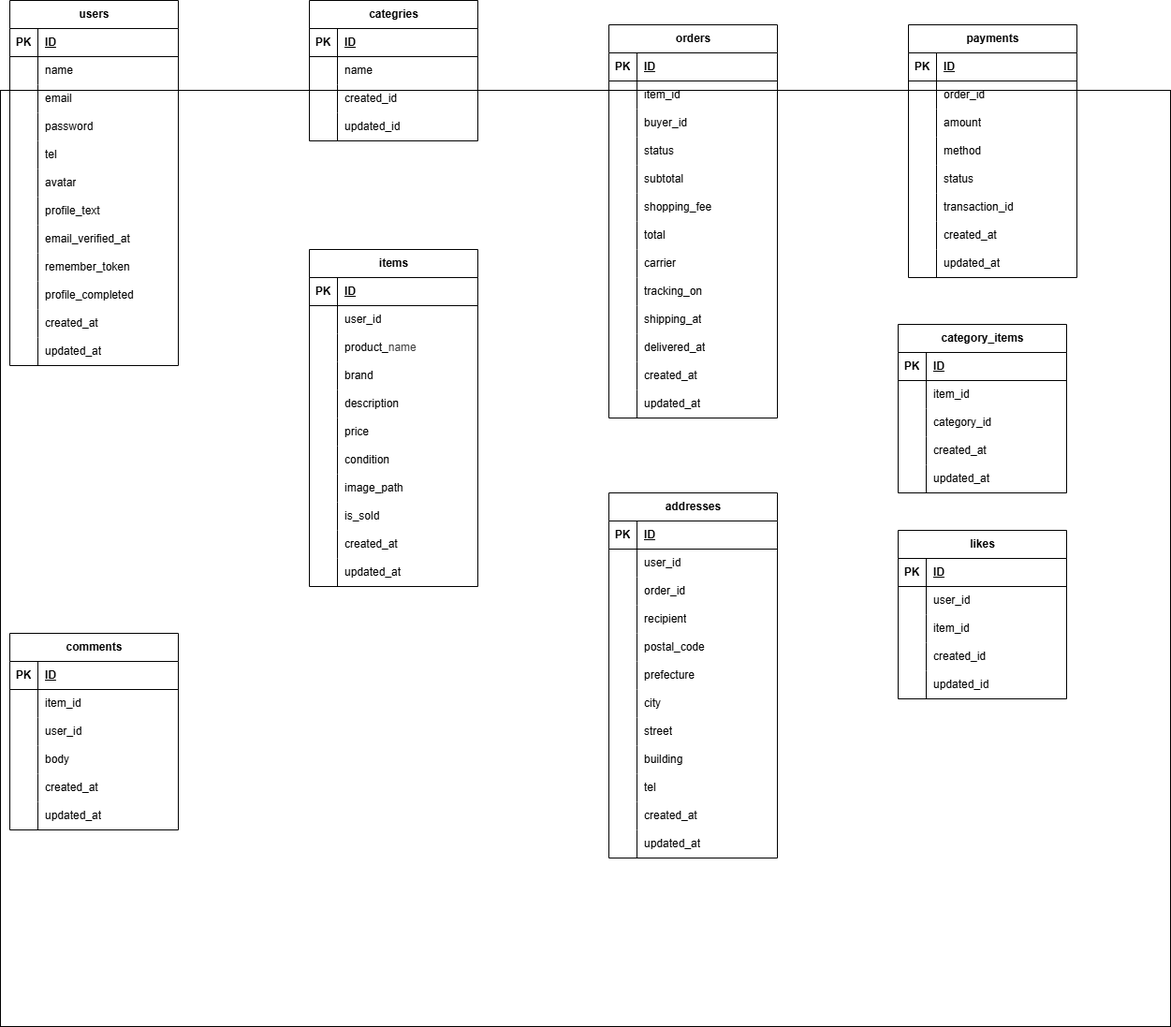
This is erd.drawio.png from kumumuma05/free-market, a draw.io export, as it was before one commit. Source tidied: cells renumbered, new cells last; positions are measured from the earlier drawing's top-left corner, leaving out a move shared by most shapes.
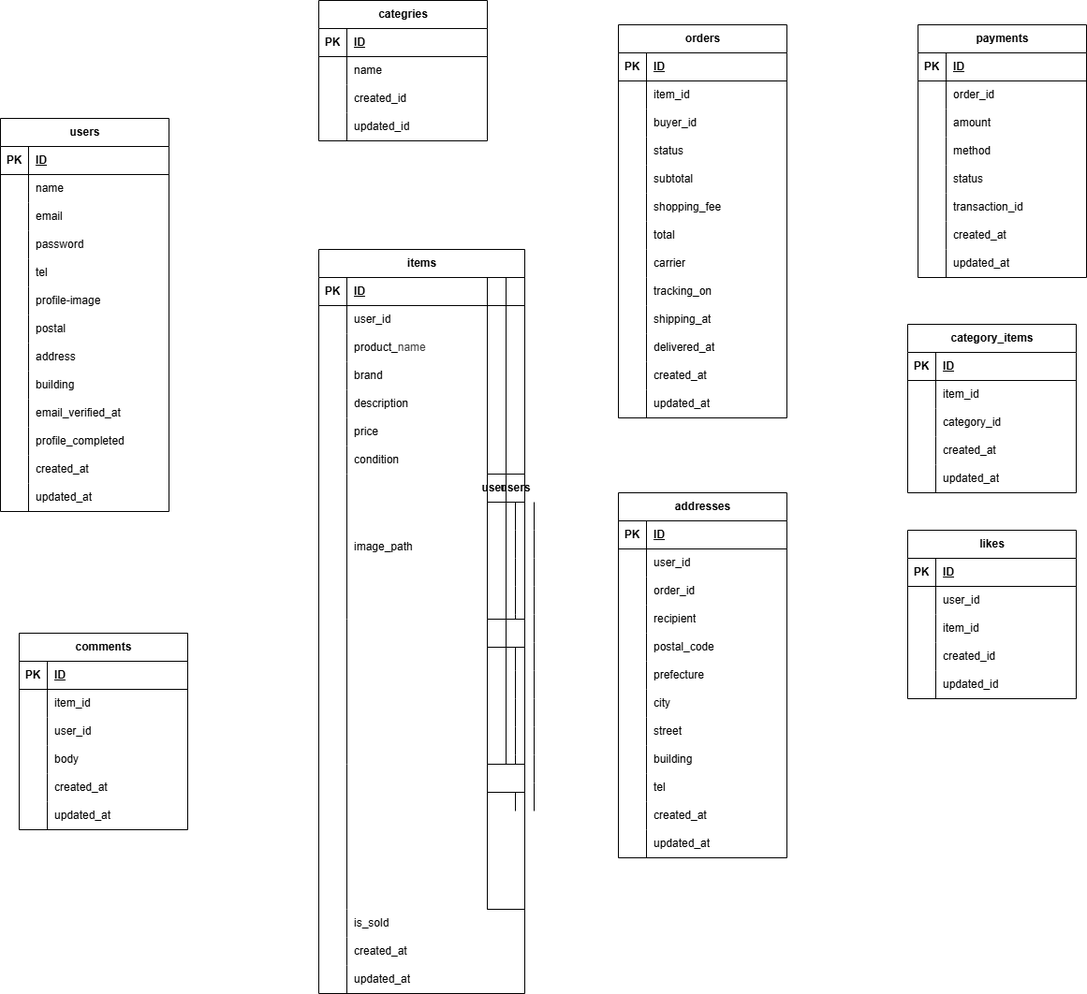
The same file after the commit.

Change to the diagram source:
```diff
@@ -4,7 +4,4 @@
     <mxCell id="1" parent="0" />
-    <mxCell id="2" style="rounded=0;whiteSpace=wrap;html=1;" parent="1" vertex="1">
-      <mxGeometry y="96" width="1250" height="1000" as="geometry" />
-    </mxCell>
     <mxCell id="3" value="users" style="shape=table;startSize=30;rowLines=0;fontStyle=1;align=center;html=1;" parent="1" vertex="1">
-      <mxGeometry x="10" width="180" height="390" as="geometry" />
+      <mxGeometry x="-10" y="126" width="180" height="420" as="geometry" />
     </mxCell>
@@ -61,16 +58,7 @@
     </mxCell>
-    <mxCell id="21" value="avatar" style="shape=partialRectangle;fillColor=none;top=0;left=0;bottom=0;right=0;align=left;spacingLeft=6;overflow=hidden;whiteSpace=wrap;html=1;" parent="19" vertex="1">
+    <mxCell id="21" value="profile-image" style="shape=partialRectangle;fillColor=none;top=0;left=0;bottom=0;right=0;align=left;spacingLeft=6;overflow=hidden;whiteSpace=wrap;html=1;" parent="19" vertex="1">
       <mxGeometry x="30" width="150" height="30" as="geometry" />
     </mxCell>
-    <mxCell id="22" style="shape=tableRow;horizontal=0;startSize=0;swimlaneHead=0;swimlaneBody=0;fillColor=none;top=0;left=0;right=0;bottom=0;" parent="3" vertex="1">
-      <mxGeometry y="210" width="180" height="30" as="geometry" />
-    </mxCell>
-    <mxCell id="23" style="shape=partialRectangle;fillColor=none;top=0;left=0;bottom=0;right=0;overflow=hidden;whiteSpace=wrap;html=1;" parent="22" vertex="1">
-      <mxGeometry width="30" height="30" as="geometry" />
-    </mxCell>
-    <mxCell id="24" value="profile_text" style="shape=partialRectangle;fillColor=none;top=0;left=0;bottom=0;right=0;align=left;spacingLeft=6;overflow=hidden;whiteSpace=wrap;html=1;" parent="22" vertex="1">
-      <mxGeometry x="30" width="150" height="30" as="geometry" />
-    </mxCell>
     <mxCell id="25" style="shape=tableRow;horizontal=0;startSize=0;swimlaneHead=0;swimlaneBody=0;fillColor=none;top=0;left=0;right=0;bottom=0;" parent="3" vertex="1">
-      <mxGeometry y="240" width="180" height="30" as="geometry" />
+      <mxGeometry y="210" width="180" height="30" as="geometry" />
     </mxCell>
@@ -79,3 +67,3 @@
     </mxCell>
-    <mxCell id="27" value="email_verified_at" style="shape=partialRectangle;fillColor=none;top=0;left=0;bottom=0;right=0;align=left;spacingLeft=6;overflow=hidden;whiteSpace=wrap;html=1;" parent="25" vertex="1">
+    <mxCell id="27" value="postal" style="shape=partialRectangle;fillColor=none;top=0;left=0;bottom=0;right=0;align=left;spacingLeft=6;overflow=hidden;whiteSpace=wrap;html=1;" parent="25" vertex="1">
       <mxGeometry x="30" width="150" height="30" as="geometry" />
@@ -83,3 +71,3 @@
     <mxCell id="28" style="shape=tableRow;horizontal=0;startSize=0;swimlaneHead=0;swimlaneBody=0;fillColor=none;top=0;left=0;right=0;bottom=0;" parent="3" vertex="1">
-      <mxGeometry y="270" width="180" height="30" as="geometry" />
+      <mxGeometry y="240" width="180" height="30" as="geometry" />
     </mxCell>
@@ -88,3 +76,3 @@
     </mxCell>
-    <mxCell id="30" value="remember_token" style="shape=partialRectangle;fillColor=none;top=0;left=0;bottom=0;right=0;align=left;spacingLeft=6;overflow=hidden;whiteSpace=wrap;html=1;" parent="28" vertex="1">
+    <mxCell id="30" value="address" style="shape=partialRectangle;fillColor=none;top=0;left=0;bottom=0;right=0;align=left;spacingLeft=6;overflow=hidden;whiteSpace=wrap;html=1;" parent="28" vertex="1">
       <mxGeometry x="30" width="150" height="30" as="geometry" />
@@ -92,3 +80,3 @@
     <mxCell id="31" style="shape=tableRow;horizontal=0;startSize=0;swimlaneHead=0;swimlaneBody=0;fillColor=none;top=0;left=0;right=0;bottom=0;" parent="3" vertex="1">
-      <mxGeometry y="300" width="180" height="30" as="geometry" />
+      <mxGeometry y="270" width="180" height="30" as="geometry" />
     </mxCell>
@@ -97,3 +85,3 @@
     </mxCell>
-    <mxCell id="33" value="profile_completed" style="shape=partialRectangle;fillColor=none;top=0;left=0;bottom=0;right=0;align=left;spacingLeft=6;overflow=hidden;whiteSpace=wrap;html=1;" parent="31" vertex="1">
+    <mxCell id="33" value="building" style="shape=partialRectangle;fillColor=none;top=0;left=0;bottom=0;right=0;align=left;spacingLeft=6;overflow=hidden;whiteSpace=wrap;html=1;" parent="31" vertex="1">
       <mxGeometry x="30" width="150" height="30" as="geometry" />
@@ -101,3 +89,3 @@
     <mxCell id="34" style="shape=tableRow;horizontal=0;startSize=0;swimlaneHead=0;swimlaneBody=0;fillColor=none;top=0;left=0;right=0;bottom=0;" parent="3" vertex="1">
-      <mxGeometry y="330" width="180" height="30" as="geometry" />
+      <mxGeometry y="300" width="180" height="30" as="geometry" />
     </mxCell>
@@ -106,3 +94,3 @@
     </mxCell>
-    <mxCell id="36" value="&lt;span style=&quot;color: rgb(0, 0, 0);&quot;&gt;created_at&lt;/span&gt;" style="shape=partialRectangle;fillColor=none;top=0;left=0;bottom=0;right=0;align=left;spacingLeft=6;overflow=hidden;whiteSpace=wrap;html=1;" parent="34" vertex="1">
+    <mxCell id="36" value="email_verified_at" style="shape=partialRectangle;fillColor=none;top=0;left=0;bottom=0;right=0;align=left;spacingLeft=6;overflow=hidden;whiteSpace=wrap;html=1;" parent="34" vertex="1">
       <mxGeometry x="30" width="150" height="30" as="geometry" />
@@ -110,3 +98,3 @@
     <mxCell id="37" style="shape=tableRow;horizontal=0;startSize=0;swimlaneHead=0;swimlaneBody=0;fillColor=none;top=0;left=0;right=0;bottom=0;" parent="3" vertex="1">
-      <mxGeometry y="360" width="180" height="30" as="geometry" />
+      <mxGeometry y="330" width="180" height="30" as="geometry" />
     </mxCell>
@@ -115,5 +103,23 @@
     </mxCell>
-    <mxCell id="39" value="updated_at" style="shape=partialRectangle;fillColor=none;top=0;left=0;bottom=0;right=0;align=left;spacingLeft=6;overflow=hidden;whiteSpace=wrap;html=1;" parent="37" vertex="1">
+    <mxCell id="39" value="profile_completed" style="shape=partialRectangle;fillColor=none;top=0;left=0;bottom=0;right=0;align=left;spacingLeft=6;overflow=hidden;whiteSpace=wrap;html=1;" parent="37" vertex="1">
       <mxGeometry x="30" width="150" height="30" as="geometry" />
     </mxCell>
+    <mxCell id="240" style="shape=tableRow;horizontal=0;startSize=0;swimlaneHead=0;swimlaneBody=0;fillColor=none;top=0;left=0;right=0;bottom=0;" parent="3" vertex="1">
+      <mxGeometry y="360" width="180" height="30" as="geometry" />
+    </mxCell>
+    <mxCell id="241" style="shape=partialRectangle;fillColor=none;top=0;left=0;bottom=0;right=0;overflow=hidden;whiteSpace=wrap;html=1;" parent="240" vertex="1">
+      <mxGeometry width="30" height="30" as="geometry" />
+    </mxCell>
+    <mxCell id="242" value="&lt;span style=&quot;color: rgb(0, 0, 0);&quot;&gt;created_at&lt;/span&gt;" style="shape=partialRectangle;fillColor=none;top=0;left=0;bottom=0;right=0;align=left;spacingLeft=6;overflow=hidden;whiteSpace=wrap;html=1;" parent="240" vertex="1">
+      <mxGeometry x="30" width="150" height="30" as="geometry" />
+    </mxCell>
+    <mxCell id="243" style="shape=tableRow;horizontal=0;startSize=0;swimlaneHead=0;swimlaneBody=0;fillColor=none;top=0;left=0;right=0;bottom=0;" parent="3" vertex="1">
+      <mxGeometry y="390" width="180" height="30" as="geometry" />
+    </mxCell>
+    <mxCell id="244" style="shape=partialRectangle;fillColor=none;top=0;left=0;bottom=0;right=0;overflow=hidden;whiteSpace=wrap;html=1;" parent="243" vertex="1">
+      <mxGeometry width="30" height="30" as="geometry" />
+    </mxCell>
+    <mxCell id="245" value="updated_at" style="shape=partialRectangle;fillColor=none;top=0;left=0;bottom=0;right=0;align=left;spacingLeft=6;overflow=hidden;whiteSpace=wrap;html=1;" parent="243" vertex="1">
+      <mxGeometry x="30" width="150" height="30" as="geometry" />
+    </mxCell>
     <mxCell id="40" value="categries" style="shape=table;startSize=30;rowLines=0;fontStyle=1;align=center;html=1;" parent="1" vertex="1">
@@ -158,6 +164,6 @@
     <mxCell id="53" value="items" style="shape=table;startSize=30;rowLines=0;fontStyle=1;align=center;html=1;" parent="1" vertex="1">
-      <mxGeometry x="330" y="266" width="180" height="360" as="geometry" />
+      <mxGeometry x="330" y="266" width="220" height="795" as="geometry" />
     </mxCell>
     <mxCell id="54" style="shape=tableRow;horizontal=0;startSize=0;swimlaneHead=0;swimlaneBody=0;fillColor=none;top=0;left=0;right=0;bottom=1;" parent="53" vertex="1">
-      <mxGeometry y="30" width="180" height="30" as="geometry" />
+      <mxGeometry y="30" width="220" height="30" as="geometry" />
     </mxCell>
@@ -167,6 +173,6 @@
     <mxCell id="56" value="ID" style="shape=partialRectangle;fillColor=none;top=0;left=0;bottom=0;right=0;align=left;spacingLeft=6;fontStyle=5;overflow=hidden;whiteSpace=wrap;html=1;" parent="54" vertex="1">
-      <mxGeometry x="30" width="150" height="30" as="geometry" />
+      <mxGeometry x="30" width="190" height="30" as="geometry" />
     </mxCell>
     <mxCell id="57" style="shape=tableRow;horizontal=0;startSize=0;swimlaneHead=0;swimlaneBody=0;fillColor=none;top=0;left=0;right=0;bottom=0;" parent="53" vertex="1">
-      <mxGeometry y="60" width="180" height="30" as="geometry" />
+      <mxGeometry y="60" width="220" height="30" as="geometry" />
     </mxCell>
@@ -176,6 +182,6 @@
     <mxCell id="59" value="user_id" style="shape=partialRectangle;fillColor=none;top=0;left=0;bottom=0;right=0;align=left;spacingLeft=6;overflow=hidden;whiteSpace=wrap;html=1;" parent="57" vertex="1">
-      <mxGeometry x="30" width="150" height="30" as="geometry" />
+      <mxGeometry x="30" width="190" height="30" as="geometry" />
     </mxCell>
     <mxCell id="60" style="shape=tableRow;horizontal=0;startSize=0;swimlaneHead=0;swimlaneBody=0;fillColor=none;top=0;left=0;right=0;bottom=0;" parent="53" vertex="1">
-      <mxGeometry y="90" width="180" height="30" as="geometry" />
+      <mxGeometry y="90" width="220" height="30" as="geometry" />
     </mxCell>
@@ -185,6 +191,6 @@
     <mxCell id="62" value="product_&lt;span style=&quot;color: rgb(63, 63, 63); background-color: transparent;&quot;&gt;name&lt;/span&gt;" style="shape=partialRectangle;fillColor=none;top=0;left=0;bottom=0;right=0;align=left;spacingLeft=6;overflow=hidden;whiteSpace=wrap;html=1;" parent="60" vertex="1">
-      <mxGeometry x="30" width="150" height="30" as="geometry" />
+      <mxGeometry x="30" width="190" height="30" as="geometry" />
     </mxCell>
     <mxCell id="63" style="shape=tableRow;horizontal=0;startSize=0;swimlaneHead=0;swimlaneBody=0;fillColor=none;top=0;left=0;right=0;bottom=0;" parent="53" vertex="1">
-      <mxGeometry y="120" width="180" height="30" as="geometry" />
+      <mxGeometry y="120" width="220" height="30" as="geometry" />
     </mxCell>
@@ -194,6 +200,6 @@
     <mxCell id="65" value="brand" style="shape=partialRectangle;fillColor=none;top=0;left=0;bottom=0;right=0;align=left;spacingLeft=6;overflow=hidden;whiteSpace=wrap;html=1;" parent="63" vertex="1">
-      <mxGeometry x="30" width="150" height="30" as="geometry" />
+      <mxGeometry x="30" width="190" height="30" as="geometry" />
     </mxCell>
     <mxCell id="66" style="shape=tableRow;horizontal=0;startSize=0;swimlaneHead=0;swimlaneBody=0;fillColor=none;top=0;left=0;right=0;bottom=0;" parent="53" vertex="1">
-      <mxGeometry y="150" width="180" height="30" as="geometry" />
+      <mxGeometry y="150" width="220" height="30" as="geometry" />
     </mxCell>
@@ -203,6 +209,6 @@
     <mxCell id="68" value="description" style="shape=partialRectangle;fillColor=none;top=0;left=0;bottom=0;right=0;align=left;spacingLeft=6;overflow=hidden;whiteSpace=wrap;html=1;" parent="66" vertex="1">
-      <mxGeometry x="30" width="150" height="30" as="geometry" />
+      <mxGeometry x="30" width="190" height="30" as="geometry" />
     </mxCell>
     <mxCell id="69" style="shape=tableRow;horizontal=0;startSize=0;swimlaneHead=0;swimlaneBody=0;fillColor=none;top=0;left=0;right=0;bottom=0;" parent="53" vertex="1">
-      <mxGeometry y="180" width="180" height="30" as="geometry" />
+      <mxGeometry y="180" width="220" height="30" as="geometry" />
     </mxCell>
@@ -212,6 +218,6 @@
     <mxCell id="71" value="price" style="shape=partialRectangle;fillColor=none;top=0;left=0;bottom=0;right=0;align=left;spacingLeft=6;overflow=hidden;whiteSpace=wrap;html=1;" parent="69" vertex="1">
-      <mxGeometry x="30" width="150" height="30" as="geometry" />
+      <mxGeometry x="30" width="190" height="30" as="geometry" />
     </mxCell>
     <mxCell id="72" style="shape=tableRow;horizontal=0;startSize=0;swimlaneHead=0;swimlaneBody=0;fillColor=none;top=0;left=0;right=0;bottom=0;" parent="53" vertex="1">
-      <mxGeometry y="210" width="180" height="30" as="geometry" />
+      <mxGeometry y="210" width="220" height="30" as="geometry" />
     </mxCell>
@@ -221,15 +227,48 @@
     <mxCell id="74" value="condition" style="shape=partialRectangle;fillColor=none;top=0;left=0;bottom=0;right=0;align=left;spacingLeft=6;overflow=hidden;whiteSpace=wrap;html=1;" parent="72" vertex="1">
-      <mxGeometry x="30" width="150" height="30" as="geometry" />
+      <mxGeometry x="30" width="190" height="30" as="geometry" />
     </mxCell>
     <mxCell id="75" style="shape=tableRow;horizontal=0;startSize=0;swimlaneHead=0;swimlaneBody=0;fillColor=none;top=0;left=0;right=0;bottom=0;" parent="53" vertex="1">
-      <mxGeometry y="240" width="180" height="30" as="geometry" />
+      <mxGeometry y="240" width="220" height="155" as="geometry" />
     </mxCell>
     <mxCell id="76" style="shape=partialRectangle;fillColor=none;top=0;left=0;bottom=0;right=0;overflow=hidden;whiteSpace=wrap;html=1;" parent="75" vertex="1">
-      <mxGeometry width="30" height="30" as="geometry" />
+      <mxGeometry width="30" height="155" as="geometry" />
     </mxCell>
     <mxCell id="77" value="image_path" style="shape=partialRectangle;fillColor=none;top=0;left=0;bottom=0;right=0;align=left;spacingLeft=6;overflow=hidden;whiteSpace=wrap;html=1;" parent="75" vertex="1">
-      <mxGeometry x="30" width="150" height="30" as="geometry" />
+      <mxGeometry x="30" width="150" height="155" as="geometry" />
     </mxCell>
+    <mxCell id="246" value="users" style="shape=table;startSize=30;rowLines=0;fontStyle=1;align=center;html=1;" parent="75" vertex="1">
+      <mxGeometry x="180" width="20" height="155" as="geometry" />
+    </mxCell>
+    <mxCell id="247" value="users" style="shape=table;startSize=30;rowLines=0;fontStyle=1;align=center;html=1;" parent="75" vertex="1">
+      <mxGeometry x="200" width="20" height="155" as="geometry" />
+    </mxCell>
+    <mxCell id="248" style="shape=tableRow;horizontal=0;startSize=0;swimlaneHead=0;swimlaneBody=0;fillColor=none;top=0;left=0;right=0;bottom=0;" parent="53" vertex="1">
+      <mxGeometry y="395" width="220" height="155" as="geometry" />
+    </mxCell>
+    <mxCell id="249" style="shape=partialRectangle;fillColor=none;top=0;left=0;bottom=0;right=0;overflow=hidden;whiteSpace=wrap;html=1;" parent="248" vertex="1">
+      <mxGeometry width="30" height="155" as="geometry" />
+    </mxCell>
+    <mxCell id="250" style="shape=partialRectangle;fillColor=none;top=0;left=0;bottom=0;right=0;align=left;spacingLeft=6;overflow=hidden;whiteSpace=wrap;html=1;" parent="248" vertex="1">
+      <mxGeometry x="30" width="150" height="155" as="geometry" />
+    </mxCell>
+    <mxCell id="251" style="shape=table;startSize=30;rowLines=0;fontStyle=1;align=center;html=1;" parent="248" vertex="1">
+      <mxGeometry x="180" width="20" height="155" as="geometry" />
+    </mxCell>
+    <mxCell id="252" style="shape=table;startSize=30;rowLines=0;fontStyle=1;align=center;html=1;" parent="248" vertex="1">
+      <mxGeometry x="200" width="20" height="155" as="geometry" />
+    </mxCell>
+    <mxCell id="253" style="shape=tableRow;horizontal=0;startSize=0;swimlaneHead=0;swimlaneBody=0;fillColor=none;top=0;left=0;right=0;bottom=0;" parent="53" vertex="1">
+      <mxGeometry y="550" width="220" height="155" as="geometry" />
+    </mxCell>
+    <mxCell id="254" style="shape=partialRectangle;fillColor=none;top=0;left=0;bottom=0;right=0;overflow=hidden;whiteSpace=wrap;html=1;" parent="253" vertex="1">
+      <mxGeometry width="30" height="155" as="geometry" />
+    </mxCell>
+    <mxCell id="255" style="shape=partialRectangle;fillColor=none;top=0;left=0;bottom=0;right=0;align=left;spacingLeft=6;overflow=hidden;whiteSpace=wrap;html=1;" parent="253" vertex="1">
+      <mxGeometry x="30" width="150" height="155" as="geometry" />
+    </mxCell>
+    <mxCell id="256" style="shape=table;startSize=30;rowLines=0;fontStyle=1;align=center;html=1;" parent="253" vertex="1">
+      <mxGeometry x="180" width="40" height="155" as="geometry" />
+    </mxCell>
     <mxCell id="78" style="shape=tableRow;horizontal=0;startSize=0;swimlaneHead=0;swimlaneBody=0;fillColor=none;top=0;left=0;right=0;bottom=0;" parent="53" vertex="1">
-      <mxGeometry y="270" width="180" height="30" as="geometry" />
+      <mxGeometry y="705" width="220" height="30" as="geometry" />
     </mxCell>
@@ -239,6 +278,6 @@
     <mxCell id="80" value="is_sold" style="shape=partialRectangle;fillColor=none;top=0;left=0;bottom=0;right=0;align=left;spacingLeft=6;overflow=hidden;whiteSpace=wrap;html=1;" parent="78" vertex="1">
-      <mxGeometry x="30" width="150" height="30" as="geometry" />
+      <mxGeometry x="30" width="190" height="30" as="geometry" />
     </mxCell>
     <mxCell id="81" style="shape=tableRow;horizontal=0;startSize=0;swimlaneHead=0;swimlaneBody=0;fillColor=none;top=0;left=0;right=0;bottom=0;" parent="53" vertex="1">
-      <mxGeometry y="300" width="180" height="30" as="geometry" />
+      <mxGeometry y="735" width="220" height="30" as="geometry" />
     </mxCell>
@@ -248,6 +287,6 @@
     <mxCell id="83" value="created_at" style="shape=partialRectangle;fillColor=none;top=0;left=0;bottom=0;right=0;align=left;spacingLeft=6;overflow=hidden;whiteSpace=wrap;html=1;" parent="81" vertex="1">
-      <mxGeometry x="30" width="150" height="30" as="geometry" />
+      <mxGeometry x="30" width="190" height="30" as="geometry" />
     </mxCell>
     <mxCell id="84" style="shape=tableRow;horizontal=0;startSize=0;swimlaneHead=0;swimlaneBody=0;fillColor=none;top=0;left=0;right=0;bottom=0;" parent="53" vertex="1">
-      <mxGeometry y="330" width="180" height="30" as="geometry" />
+      <mxGeometry y="765" width="220" height="30" as="geometry" />
     </mxCell>
@@ -257,3 +296,3 @@
     <mxCell id="86" value="updated_at" style="shape=partialRectangle;fillColor=none;top=0;left=0;bottom=0;right=0;align=left;spacingLeft=6;overflow=hidden;whiteSpace=wrap;html=1;" parent="84" vertex="1">
-      <mxGeometry x="30" width="150" height="30" as="geometry" />
+      <mxGeometry x="30" width="190" height="30" as="geometry" />
     </mxCell>
```
